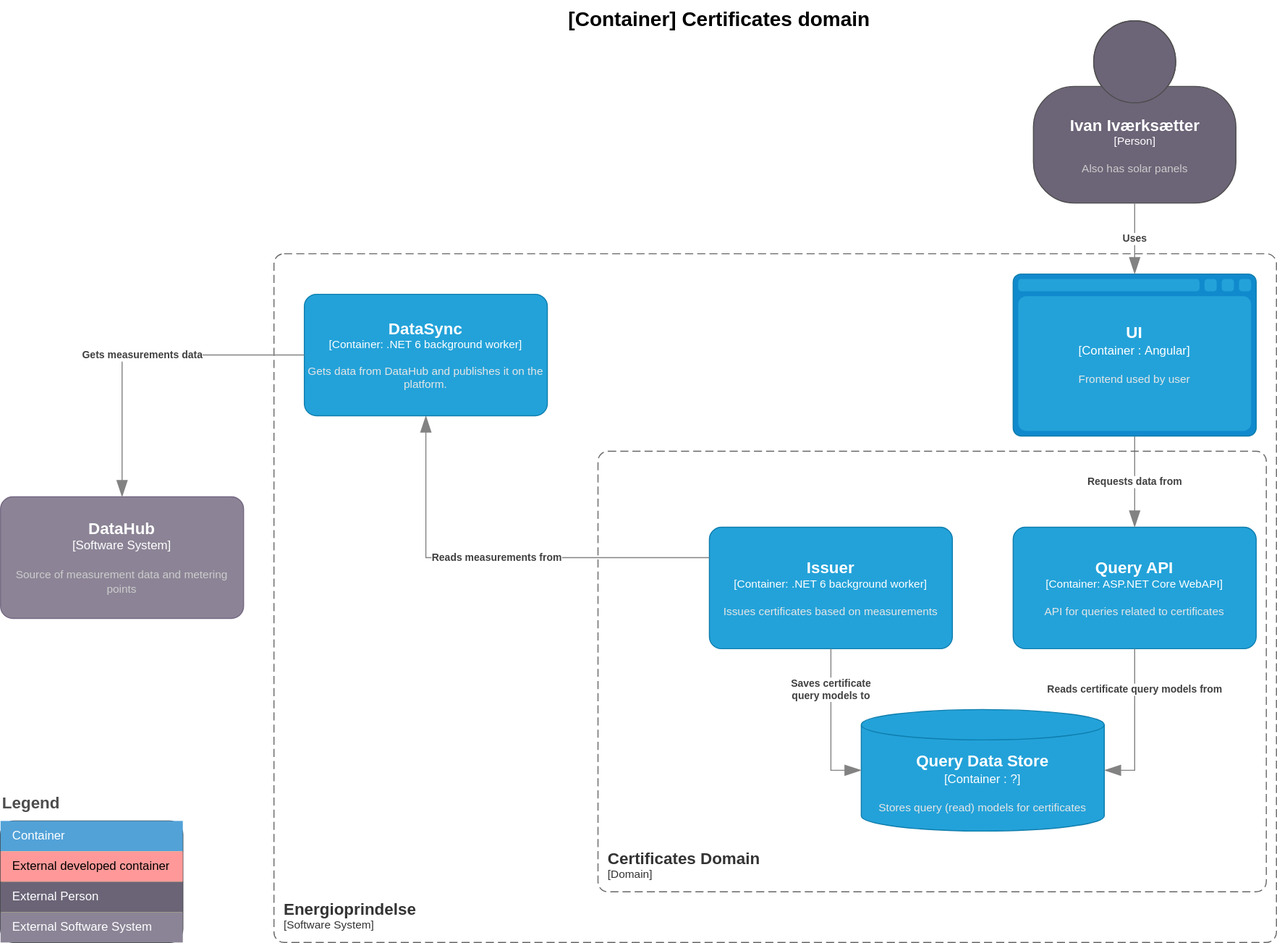
Energinet-DataHub/energy-origin keeps this draw.io diagram as doc/architecture/diagrams/certificates.current.container.drawio.svg. Above is the earlier version. Source tidied: cells renumbered, new cells last; positions are measured from the earlier drawing's top-left corner, leaving out a move shared by most shapes.
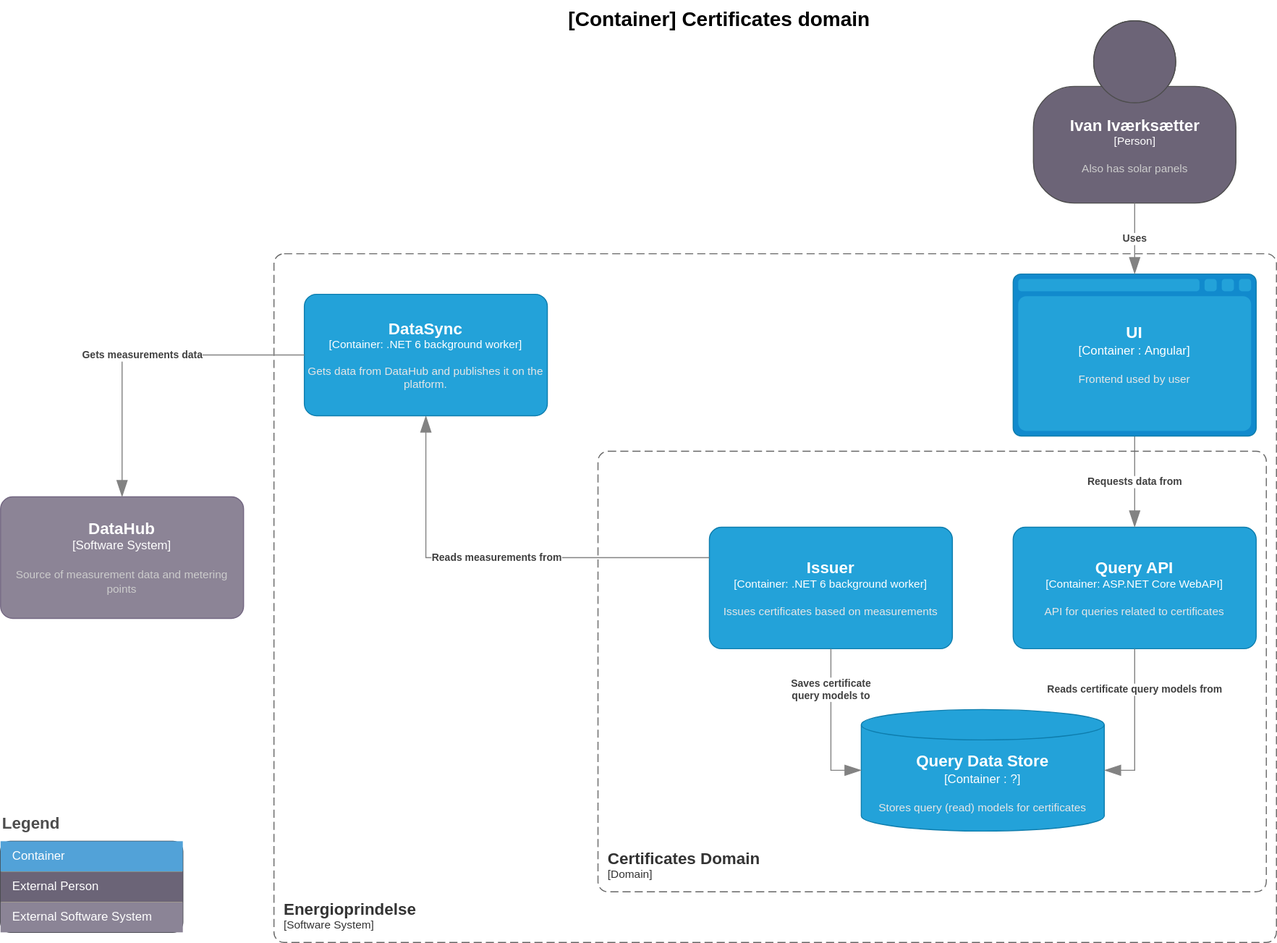
Above is the later version.

Commit message:
del from legend

What changed in the source:
```diff
@@ -73,22 +73,19 @@
       </mxCell>
     </object>
     <mxCell id="16" value="Legend" style="align=left;fontSize=16;fontStyle=1;strokeColor=none;fillColor=none;fontColor=#4D4D4D;spacingTop=-8;" parent="1" vertex="1">
-      <mxGeometry y="780" width="180" height="30" as="geometry" />
+      <mxGeometry y="800" width="180" height="30" as="geometry" />
     </mxCell>
     <mxCell id="17" style="shape=table;html=1;whiteSpace=wrap;startSize=0;fillColor=#ffff88;align=left;spacingLeft=10;strokeColor=#36393d;rounded=1;arcSize=11;" parent="1" vertex="1">
-      <mxGeometry y="810" width="180" height="120" as="geometry" />
+      <mxGeometry y="830" width="180" height="90" as="geometry" />
     </mxCell>
     <mxCell id="18" value="Container" style="shape=partialRectangle;html=1;whiteSpace=wrap;fillColor=#52A2D8;top=0;left=0;bottom=0;right=0;overflow=hidden;align=left;spacingLeft=10;fontColor=#FFFFFF;" parent="17" vertex="1">
       <mxGeometry width="180" height="30" as="geometry" />
     </mxCell>
-    <mxCell id="19" value="External developed container" style="shape=partialRectangle;html=1;whiteSpace=wrap;fillColor=#FF9999;top=0;left=0;bottom=0;right=0;overflow=hidden;align=left;spacingLeft=10;strokeColor=#b85450;" parent="17" vertex="1">
-      <mxGeometry y="30" width="180" height="30" as="geometry" />
-    </mxCell>
     <mxCell id="20" value="External Person" style="shape=partialRectangle;html=1;whiteSpace=wrap;fillColor=#6B6477;top=0;left=0;bottom=0;right=0;overflow=hidden;align=left;spacingLeft=10;fontColor=#FFFFFF;" parent="17" vertex="1">
-      <mxGeometry y="60" width="180" height="30" as="geometry" />
+      <mxGeometry y="30" width="180" height="30" as="geometry" />
     </mxCell>
     <mxCell id="21" value="External Software System" style="shape=partialRectangle;html=1;whiteSpace=wrap;fillColor=#8B8496;top=0;left=0;bottom=0;right=0;overflow=hidden;align=left;spacingLeft=10;fontColor=#FFFFFF;" parent="17" vertex="1">
-      <mxGeometry y="90" width="180" height="30" as="geometry" />
+      <mxGeometry y="60" width="180" height="30" as="geometry" />
     </mxCell>
     <object id="22" label="&lt;font style=&quot;font-size: 16px&quot;&gt;&lt;b&gt;&lt;div style=&quot;text-align: left&quot;&gt;%c4Name%&lt;/div&gt;&lt;/b&gt;&lt;/font&gt;&lt;div style=&quot;text-align: left&quot;&gt;[%c4Application%]&lt;/div&gt;" c4Application="Domain" c4Name="Certificates Domain" c4Type="SystemScopeBoundary" placeholders="1">
       <mxCell style="rounded=1;fontSize=11;whiteSpace=wrap;html=1;dashed=1;arcSize=20;fillColor=none;strokeColor=#666666;fontColor=#333333;labelBackgroundColor=none;align=left;verticalAlign=bottom;labelBorderColor=none;spacingTop=0;spacing=10;dashPattern=8 4;perimeter=rectanglePerimeter;noLabel=0;labelPadding=0;absoluteArcSize=1;" parent="1" vertex="1">
```
